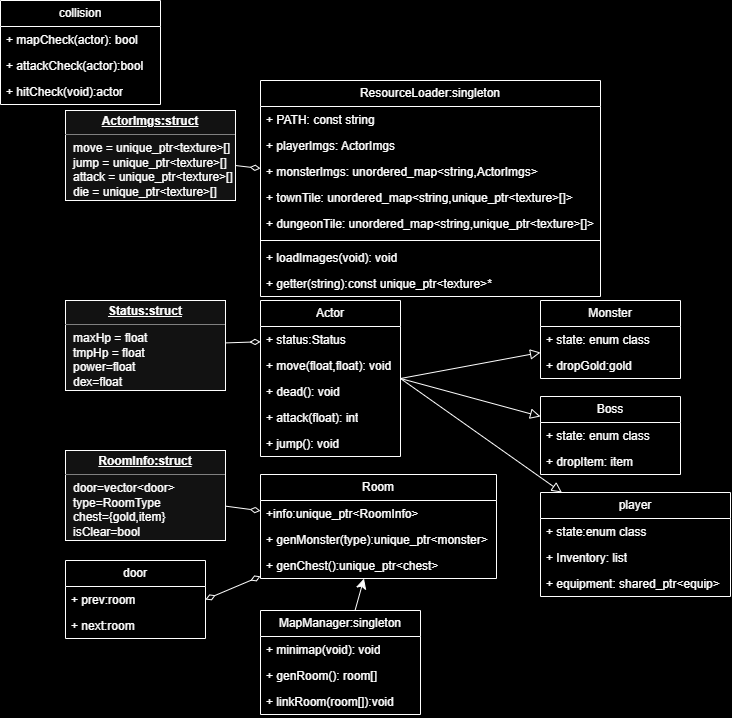
Before: class.png, a diagram exported from draw.io (SeoHwiDo/Dungreed_SFML). Source tidied: cells renumbered, new cells last; positions are measured from the earlier drawing's top-left corner, leaving out a move shared by most shapes.
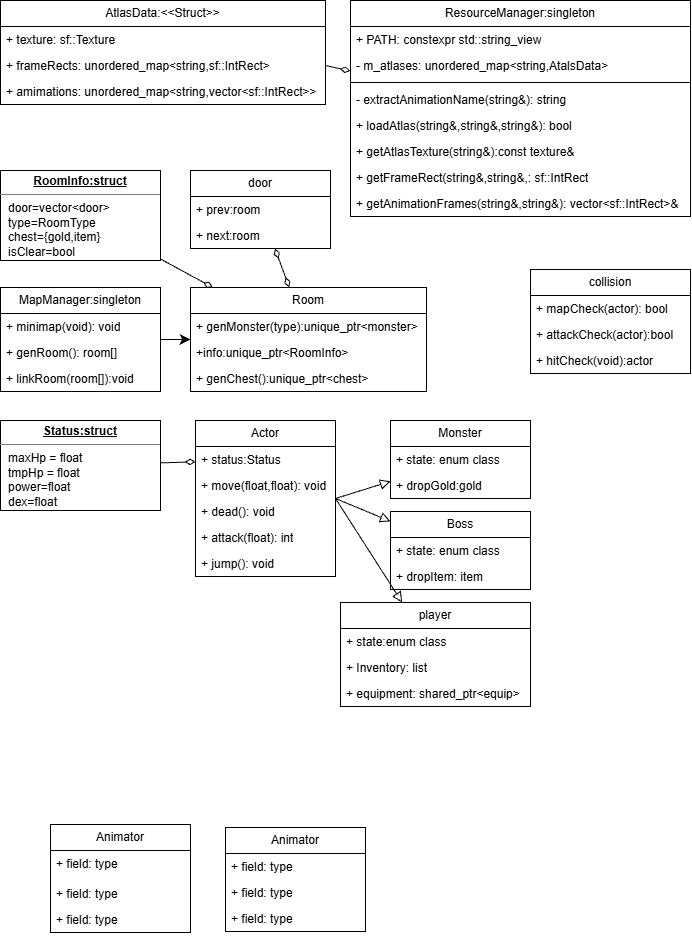
The same diagram one commit later.

What changed in the source:
```diff
@@ -1,40 +1,37 @@
-<mxGraphModel background="light-dark(#FFFFFF,#000000)">
+<mxGraphModel background="light-dark(#ffffff, #121212)">
   <root>
     <mxCell id="0" />
     <mxCell id="1" parent="0" />
-    <mxCell id="2" value="ResourceLoader:singleton" style="swimlane;fontStyle=0;horizontal=1;startSize=26;fillColor=none;whiteSpace=wrap;html=1;" parent="1" vertex="1">
-      <mxGeometry x="260" y="80" width="340" height="216" as="geometry" />
-    </mxCell>
-    <mxCell id="3" value="+ PATH: const string&amp;nbsp;" style="text;strokeColor=none;fillColor=none;align=left;verticalAlign=top;spacingLeft=4;spacingRight=4;overflow=hidden;whiteSpace=wrap;html=1;" parent="2" vertex="1">
-      <mxGeometry y="26" width="340" height="26" as="geometry" />
-    </mxCell>
-    <mxCell id="4" value="+ playerImgs: ActorImgs" style="text;strokeColor=none;fillColor=none;align=left;verticalAlign=top;spacingLeft=4;spacingRight=4;overflow=hidden;whiteSpace=wrap;html=1;" parent="2" vertex="1">
-      <mxGeometry y="52" width="340" height="26" as="geometry" />
-    </mxCell>
-    <mxCell id="5" value="+ monsterImgs: unordered_map&amp;lt;string,ActorImgs&amp;gt;" style="text;strokeColor=none;fillColor=none;align=left;verticalAlign=top;spacingLeft=4;spacingRight=4;overflow=hidden;whiteSpace=wrap;html=1;" parent="2" vertex="1">
-      <mxGeometry y="78" width="340" height="26" as="geometry" />
-    </mxCell>
-    <mxCell id="6" value="+ townTile: unordered_map&amp;lt;string,unique_ptr&amp;lt;texture&amp;gt;[]&amp;gt;&lt;div&gt;&lt;br&gt;&lt;/div&gt;" style="text;strokeColor=none;fillColor=none;align=left;verticalAlign=top;spacingLeft=4;spacingRight=4;overflow=hidden;whiteSpace=wrap;html=1;" parent="2" vertex="1">
-      <mxGeometry y="104" width="340" height="26" as="geometry" />
-    </mxCell>
-    <mxCell id="7" value="+ dungeonTile: unordered_map&amp;lt;string,unique_ptr&amp;lt;texture&amp;gt;[]&amp;gt;" style="text;strokeColor=none;fillColor=none;align=left;verticalAlign=top;spacingLeft=4;spacingRight=4;overflow=hidden;whiteSpace=wrap;html=1;" parent="2" vertex="1">
-      <mxGeometry y="130" width="340" height="26" as="geometry" />
-    </mxCell>
-    <mxCell id="8" style="line;strokeWidth=1;fillColor=none;align=left;verticalAlign=middle;spacingTop=-1;spacingLeft=3;spacingRight=3;labelPosition=right;strokeColor=inherit;" parent="2" vertex="1">
-      <mxGeometry y="156" width="340" height="8" as="geometry" />
-    </mxCell>
-    <mxCell id="9" value="+ loadImages(void): void" style="text;strokeColor=none;fillColor=none;align=left;verticalAlign=top;spacingLeft=4;spacingRight=4;overflow=hidden;whiteSpace=wrap;html=1;" parent="2" vertex="1">
-      <mxGeometry y="164" width="340" height="26" as="geometry" />
-    </mxCell>
-    <mxCell id="10" value="+ getter(string):const unique_ptr&amp;lt;texture&amp;gt;*" style="text;strokeColor=none;fillColor=none;align=left;verticalAlign=top;spacingLeft=4;spacingRight=4;overflow=hidden;whiteSpace=wrap;html=1;" parent="2" vertex="1">
-      <mxGeometry y="190" width="340" height="26" as="geometry" />
-    </mxCell>
-    <mxCell id="11" style="edgeStyle=none;curved=1;rounded=0;jettySize=auto;html=1;fontSize=12;startSize=8;endSize=8;endArrow=diamondThin;endFill=0;" parent="1" edge="1" source="12" target="2">
-      <mxGeometry relative="1" as="geometry" />
-    </mxCell>
-    <mxCell id="12" value="&lt;p style=&quot;margin:0px;margin-top:4px;text-align:center;text-decoration:underline;&quot;&gt;&lt;b&gt;ActorImgs:struct&lt;/b&gt;&lt;/p&gt;&lt;hr size=&quot;1&quot; style=&quot;border-style:solid;&quot;&gt;&lt;p style=&quot;margin:0px;margin-left:8px;&quot;&gt;move = unique_ptr&amp;lt;texture&amp;gt;[]&lt;/p&gt;&lt;p style=&quot;margin:0px;margin-left:8px;&quot;&gt;jump =&amp;nbsp;&lt;span style=&quot;background-color: transparent; color: light-dark(rgb(0, 0, 0), rgb(255, 255, 255));&quot;&gt;unique_ptr&amp;lt;texture&amp;gt;[]&lt;/span&gt;&lt;/p&gt;&lt;p style=&quot;margin:0px;margin-left:8px;&quot;&gt;attack = unique_ptr&amp;lt;texture&amp;gt;[]&lt;br&gt;die =&amp;nbsp;&lt;span style=&quot;background-color: transparent; color: light-dark(rgb(0, 0, 0), rgb(255, 255, 255));&quot;&gt;unique_ptr&amp;lt;texture&amp;gt;[]&lt;/span&gt;&lt;/p&gt;" style="verticalAlign=top;align=left;overflow=fill;html=1;whiteSpace=wrap;" parent="1" vertex="1">
-      <mxGeometry x="65" y="110" width="170" height="90" as="geometry" />
-    </mxCell>
+    <mxCell id="53" value="ResourceManager:singleton" style="swimlane;fontStyle=0;horizontal=1;startSize=26;fillColor=none;whiteSpace=wrap;html=1;" parent="1" vertex="1">
+      <mxGeometry x="360" y="10" width="340" height="216" as="geometry" />
+    </mxCell>
+    <mxCell id="54" value="+ PATH:&amp;nbsp;constexpr std::string_view&lt;div&gt;&lt;br&gt;&lt;/div&gt;" style="text;strokeColor=none;fillColor=none;align=left;verticalAlign=top;spacingLeft=4;spacingRight=4;overflow=hidden;whiteSpace=wrap;html=1;" parent="53" vertex="1">
+      <mxGeometry y="26" width="340" height="26" as="geometry" />
+    </mxCell>
+    <mxCell id="55" value="- m_atlases: unordered_map&amp;lt;string,AtalsData&amp;gt;" style="text;strokeColor=none;fillColor=none;align=left;verticalAlign=top;spacingLeft=4;spacingRight=4;overflow=hidden;whiteSpace=wrap;html=1;" parent="53" vertex="1">
+      <mxGeometry y="52" width="340" height="26" as="geometry" />
+    </mxCell>
+    <mxCell id="56" style="line;strokeWidth=1;fillColor=none;align=left;verticalAlign=middle;spacingTop=-1;spacingLeft=3;spacingRight=3;labelPosition=right;strokeColor=inherit;" parent="53" vertex="1">
+      <mxGeometry y="78" width="340" height="8" as="geometry" />
+    </mxCell>
+    <mxCell id="57" value="- extractAnimationName(string&amp;amp;): string" style="text;strokeColor=none;fillColor=none;align=left;verticalAlign=top;spacingLeft=4;spacingRight=4;overflow=hidden;whiteSpace=wrap;html=1;" parent="53" vertex="1">
+      <mxGeometry y="86" width="340" height="26" as="geometry" />
+    </mxCell>
+    <mxCell id="58" value="+ loadAtlas(string&amp;amp;,string&amp;amp;,string&amp;amp;): bool" style="text;strokeColor=none;fillColor=none;align=left;verticalAlign=top;spacingLeft=4;spacingRight=4;overflow=hidden;whiteSpace=wrap;html=1;" parent="53" vertex="1">
+      <mxGeometry y="112" width="340" height="26" as="geometry" />
+    </mxCell>
+    <mxCell id="59" value="+ getAtlasTexture(string&amp;amp;):const texture&amp;amp;" style="text;strokeColor=none;fillColor=none;align=left;verticalAlign=top;spacingLeft=4;spacingRight=4;overflow=hidden;whiteSpace=wrap;html=1;" parent="53" vertex="1">
+      <mxGeometry y="138" width="340" height="26" as="geometry" />
+    </mxCell>
+    <mxCell id="60" value="+ getFrameRect(string&amp;amp;,string&amp;amp;,: sf::IntRect&lt;div&gt;&lt;br&gt;&lt;/div&gt;" style="text;strokeColor=none;fillColor=none;align=left;verticalAlign=top;spacingLeft=4;spacingRight=4;overflow=hidden;whiteSpace=wrap;html=1;" parent="53" vertex="1">
+      <mxGeometry y="164" width="340" height="26" as="geometry" />
+    </mxCell>
+    <mxCell id="61" value="+ getAnimationFrames(string&amp;amp;,string&amp;amp;): vector&amp;lt;sf::IntRect&amp;gt;&amp;amp;" style="text;strokeColor=none;fillColor=none;align=left;verticalAlign=top;spacingLeft=4;spacingRight=4;overflow=hidden;whiteSpace=wrap;html=1;" parent="53" vertex="1">
+      <mxGeometry y="190" width="340" height="26" as="geometry" />
+    </mxCell>
+    <mxCell id="62" style="edgeStyle=none;curved=1;rounded=0;jettySize=auto;html=1;fontSize=12;startSize=8;endSize=8;endArrow=diamondThin;endFill=0;exitX=1;exitY=0.5;exitDx=0;exitDy=0;" parent="1" edge="1" source="69" target="53">
+      <mxGeometry relative="1" as="geometry" />
+    </mxCell>
     <mxCell id="13" style="edgeStyle=none;curved=1;rounded=0;jettySize=auto;html=1;exitX=1;exitY=0.5;exitDx=0;exitDy=0;fontSize=12;startSize=8;endSize=8;endArrow=block;endFill=0;" parent="1" edge="1" source="16" target="27">
       <mxGeometry relative="1" as="geometry" />
     </mxCell>
@@ -45,7 +42,7 @@
       <mxGeometry relative="1" as="geometry" />
     </mxCell>
     <mxCell id="16" value="Actor" style="swimlane;fontStyle=0;horizontal=1;startSize=26;fillColor=none;whiteSpace=wrap;html=1;" parent="1" vertex="1">
-      <mxGeometry x="260" y="300" width="140" height="156" as="geometry" />
+      <mxGeometry x="205" y="430" width="140" height="156" as="geometry" />
     </mxCell>
     <mxCell id="17" value="+ status:Status" style="text;strokeColor=none;fillColor=none;align=left;verticalAlign=top;spacingLeft=4;spacingRight=4;overflow=hidden;points=[[0,0.5],[1,0.5]];portConstraint=eastwest;whiteSpace=wrap;html=1;" parent="16" vertex="1">
       <mxGeometry y="26" width="140" height="26" as="geometry" />
@@ -66,28 +63,28 @@
       <mxGeometry relative="1" as="geometry" />
     </mxCell>
     <mxCell id="23" value="&lt;p style=&quot;margin:0px;margin-top:4px;text-align:center;text-decoration:underline;&quot;&gt;&lt;b&gt;Status:struct&lt;/b&gt;&lt;/p&gt;&lt;hr size=&quot;1&quot; style=&quot;border-style:solid;&quot;&gt;&lt;p style=&quot;margin:0px;margin-left:8px;&quot;&gt;maxHp = float&lt;/p&gt;&lt;p style=&quot;margin:0px;margin-left:8px;&quot;&gt;tmpHp = float&lt;br&gt;power=float&lt;/p&gt;&lt;p style=&quot;margin:0px;margin-left:8px;&quot;&gt;dex=float&lt;/p&gt;" style="verticalAlign=top;align=left;overflow=fill;html=1;whiteSpace=wrap;" parent="1" vertex="1">
-      <mxGeometry x="65" y="300" width="160" height="90" as="geometry" />
+      <mxGeometry x="10" y="430" width="160" height="90" as="geometry" />
     </mxCell>
     <mxCell id="24" value="Monster" style="swimlane;fontStyle=0;horizontal=1;startSize=26;fillColor=none;whiteSpace=wrap;html=1;" parent="1" vertex="1">
-      <mxGeometry x="540" y="300" width="140" height="78" as="geometry" />
+      <mxGeometry x="400" y="430" width="140" height="78" as="geometry" />
     </mxCell>
-    <mxCell id="25" value="+ state: enum class" style="text;strokeColor=none;fillColor=none;align=left;verticalAlign=top;spacingLeft=4;spacingRight=4;overflow=hidden;whiteSpace=wrap;html=1;" parent="24" vertex="1">
-      <mxGeometry y="26" width="140" height="26" as="geometry" />
-    </mxCell>
+    <mxCell id="63" value="+ state: enum class" style="text;strokeColor=none;fillColor=none;align=left;verticalAlign=top;spacingLeft=4;spacingRight=4;overflow=hidden;whiteSpace=wrap;html=1;" parent="24" vertex="1">
+      <mxGeometry y="26" width="140" height="26" as="geometry" />
+    </mxCell>
     <mxCell id="26" value="+ dropGold:gold&amp;nbsp;" style="text;strokeColor=none;fillColor=none;align=left;verticalAlign=top;spacingLeft=4;spacingRight=4;overflow=hidden;whiteSpace=wrap;html=1;" parent="24" vertex="1">
       <mxGeometry y="52" width="140" height="26" as="geometry" />
     </mxCell>
     <mxCell id="27" value="Boss" style="swimlane;fontStyle=0;horizontal=1;startSize=26;fillColor=none;whiteSpace=wrap;html=1;" parent="1" vertex="1">
-      <mxGeometry x="540" y="396" width="140" height="78" as="geometry" />
+      <mxGeometry x="400" y="521" width="140" height="78" as="geometry" />
     </mxCell>
-    <mxCell id="28" value="+ state: enum class" style="text;strokeColor=none;fillColor=none;align=left;verticalAlign=top;spacingLeft=4;spacingRight=4;overflow=hidden;whiteSpace=wrap;html=1;" parent="27" vertex="1">
-      <mxGeometry y="26" width="140" height="26" as="geometry" />
-    </mxCell>
+    <mxCell id="64" value="+ state: enum class" style="text;strokeColor=none;fillColor=none;align=left;verticalAlign=top;spacingLeft=4;spacingRight=4;overflow=hidden;whiteSpace=wrap;html=1;" parent="27" vertex="1">
+      <mxGeometry y="26" width="140" height="26" as="geometry" />
+    </mxCell>
     <mxCell id="29" value="+ dropItem: item" style="text;strokeColor=none;fillColor=none;align=left;verticalAlign=top;spacingLeft=4;spacingRight=4;overflow=hidden;whiteSpace=wrap;html=1;" parent="27" vertex="1">
       <mxGeometry y="52" width="140" height="26" as="geometry" />
     </mxCell>
     <mxCell id="30" value="player" style="swimlane;fontStyle=0;horizontal=1;startSize=26;fillColor=none;whiteSpace=wrap;html=1;" parent="1" vertex="1">
-      <mxGeometry x="540" y="492" width="190" height="104" as="geometry" />
+      <mxGeometry x="350" y="612" width="190" height="104" as="geometry" />
     </mxCell>
     <mxCell id="31" value="+ state:enum class&lt;span style=&quot;white-space: pre;&quot;&gt;&#9;&lt;/span&gt;" style="text;strokeColor=none;fillColor=none;align=left;verticalAlign=top;spacingLeft=4;spacingRight=4;overflow=hidden;whiteSpace=wrap;html=1;" parent="30" vertex="1">
       <mxGeometry y="26" width="190" height="26" as="geometry" />
@@ -102,22 +99,22 @@
       <mxGeometry relative="1" as="geometry" />
     </mxCell>
     <mxCell id="35" value="&lt;p style=&quot;margin:0px;margin-top:4px;text-align:center;text-decoration:underline;&quot;&gt;&lt;b&gt;RoomInfo:struct&lt;/b&gt;&lt;/p&gt;&lt;hr size=&quot;1&quot; style=&quot;border-style:solid;&quot;&gt;&lt;p style=&quot;margin:0px;margin-left:8px;&quot;&gt;door=vector&amp;lt;door&amp;gt;&lt;/p&gt;&lt;p style=&quot;margin:0px;margin-left:8px;&quot;&gt;type=RoomType&lt;/p&gt;&lt;p style=&quot;margin:0px;margin-left:8px;&quot;&gt;chest={gold,item}&lt;/p&gt;&lt;p style=&quot;margin:0px;margin-left:8px;&quot;&gt;isClear=bool&lt;/p&gt;" style="verticalAlign=top;align=left;overflow=fill;html=1;whiteSpace=wrap;" parent="1" vertex="1">
-      <mxGeometry x="65" y="450" width="160" height="90" as="geometry" />
+      <mxGeometry x="10" y="180" width="160" height="90" as="geometry" />
     </mxCell>
     <mxCell id="36" value="Room" style="swimlane;fontStyle=0;horizontal=1;startSize=26;fillColor=none;whiteSpace=wrap;html=1;" parent="1" vertex="1">
-      <mxGeometry x="260" y="474" width="236" height="104" as="geometry" />
+      <mxGeometry x="200" y="297" width="236" height="104" as="geometry" />
     </mxCell>
+    <mxCell id="38" value="+ genMonster(type):unique_ptr&amp;lt;monster&amp;gt;" style="text;strokeColor=none;fillColor=none;align=left;verticalAlign=top;spacingLeft=4;spacingRight=4;overflow=hidden;whiteSpace=wrap;html=1;" parent="36" vertex="1">
+      <mxGeometry y="26" width="236" height="26" as="geometry" />
+    </mxCell>
     <mxCell id="37" value="+info:unique_ptr&amp;lt;RoomInfo&amp;gt;" style="text;strokeColor=none;fillColor=none;align=left;verticalAlign=top;spacingLeft=4;spacingRight=4;overflow=hidden;whiteSpace=wrap;html=1;" parent="36" vertex="1">
-      <mxGeometry y="26" width="236" height="26" as="geometry" />
+      <mxGeometry y="52" width="236" height="26" as="geometry" />
     </mxCell>
-    <mxCell id="38" value="+ genMonster(type):unique_ptr&amp;lt;monster&amp;gt;" style="text;strokeColor=none;fillColor=none;align=left;verticalAlign=top;spacingLeft=4;spacingRight=4;overflow=hidden;whiteSpace=wrap;html=1;" parent="36" vertex="1">
-      <mxGeometry y="52" width="236" height="26" as="geometry" />
-    </mxCell>
     <mxCell id="39" value="+ genChest():unique_ptr&amp;lt;chest&amp;gt;" style="text;strokeColor=none;fillColor=none;align=left;verticalAlign=top;spacingLeft=4;spacingRight=4;overflow=hidden;whiteSpace=wrap;html=1;" parent="36" vertex="1">
       <mxGeometry y="78" width="236" height="26" as="geometry" />
     </mxCell>
     <mxCell id="40" value="collision" style="swimlane;fontStyle=0;horizontal=1;startSize=26;fillColor=none;whiteSpace=wrap;html=1;" parent="1" vertex="1">
-      <mxGeometry width="160" height="104" as="geometry" />
+      <mxGeometry x="540" y="279" width="160" height="104" as="geometry" />
     </mxCell>
     <mxCell id="41" value="+ mapCheck(actor): bool" style="text;strokeColor=none;fillColor=none;align=left;verticalAlign=top;spacingLeft=4;spacingRight=4;overflow=hidden;whiteSpace=wrap;html=1;" parent="40" vertex="1">
       <mxGeometry y="26" width="160" height="26" as="geometry" />
@@ -129,8 +126,11 @@
       <mxGeometry y="78" width="160" height="26" as="geometry" />
     </mxCell>
     <mxCell id="44" value="door" style="swimlane;fontStyle=0;horizontal=1;startSize=26;fillColor=none;whiteSpace=wrap;html=1;" parent="1" vertex="1">
-      <mxGeometry x="65" y="560" width="140" height="78" as="geometry" />
+      <mxGeometry x="200" y="180" width="140" height="78" as="geometry" />
     </mxCell>
+    <mxCell id="65" style="edgeStyle=none;curved=1;rounded=0;jettySize=auto;html=1;exitX=1;exitY=0.5;exitDx=0;exitDy=0;fontSize=12;startSize=8;endSize=8;" parent="44" edge="1" source="45" target="44">
+      <mxGeometry relative="1" as="geometry" />
+    </mxCell>
     <mxCell id="45" value="+ prev:room&amp;nbsp;" style="text;strokeColor=none;fillColor=none;align=left;verticalAlign=top;spacingLeft=4;spacingRight=4;overflow=hidden;points=[[0,0.5],[1,0.5]];portConstraint=eastwest;whiteSpace=wrap;html=1;" parent="44" vertex="1">
       <mxGeometry y="26" width="140" height="26" as="geometry" />
     </mxCell>
@@ -141,7 +141,7 @@
       <mxGeometry relative="1" as="geometry" />
     </mxCell>
     <mxCell id="48" value="MapManager:singleton" style="swimlane;fontStyle=0;horizontal=1;startSize=26;fillColor=none;whiteSpace=wrap;html=1;" parent="1" vertex="1">
-      <mxGeometry x="260" y="610" width="160" height="104" as="geometry" />
+      <mxGeometry x="10" y="297" width="160" height="104" as="geometry" />
     </mxCell>
     <mxCell id="49" value="+ minimap(void): void" style="text;strokeColor=none;fillColor=none;align=left;verticalAlign=top;spacingLeft=4;spacingRight=4;overflow=hidden;whiteSpace=wrap;html=1;" parent="48" vertex="1">
       <mxGeometry y="26" width="160" height="26" as="geometry" />
@@ -152,8 +152,44 @@
     <mxCell id="51" value="+ linkRoom(room[]):void&amp;nbsp;" style="text;strokeColor=none;fillColor=none;align=left;verticalAlign=top;spacingLeft=4;spacingRight=4;overflow=hidden;whiteSpace=wrap;html=1;" parent="48" vertex="1">
       <mxGeometry y="78" width="160" height="26" as="geometry" />
     </mxCell>
-    <mxCell id="52" style="edgeStyle=none;curved=1;rounded=0;jettySize=auto;html=1;exitX=1;exitY=0.5;exitDx=0;exitDy=0;fontSize=12;startSize=8;endSize=8;endArrow=diamondThin;endFill=0;startArrow=diamondThin;startFill=0;" parent="1" edge="1" source="45" target="36">
-      <mxGeometry relative="1" as="geometry" />
-    </mxCell>
+    <mxCell id="66" style="edgeStyle=none;curved=1;rounded=0;jettySize=auto;html=1;fontSize=12;startSize=8;endSize=8;endArrow=diamondThin;endFill=0;startArrow=diamondThin;startFill=0;" parent="1" edge="1" source="44" target="36">
+      <mxGeometry relative="1" as="geometry" />
+    </mxCell>
+    <mxCell id="67" value="&lt;div&gt;&lt;span style=&quot;background-color: transparent; color: light-dark(rgb(0, 0, 0), rgb(255, 255, 255));&quot;&gt;AtlasData:&lt;/span&gt;&lt;span style=&quot;background-color: transparent; color: light-dark(rgb(0, 0, 0), rgb(255, 255, 255));&quot;&gt;&amp;lt;&amp;lt;Struct&amp;gt;&amp;gt;&lt;/span&gt;&lt;/div&gt;" style="swimlane;fontStyle=0;horizontal=1;startSize=26;fillColor=none;whiteSpace=wrap;html=1;" parent="1" vertex="1">
+      <mxGeometry x="10" y="10" width="325" height="104" as="geometry" />
+    </mxCell>
+    <mxCell id="68" value="+ texture: sf::Texture" style="text;strokeColor=none;fillColor=none;align=left;verticalAlign=top;spacingLeft=4;spacingRight=4;overflow=hidden;whiteSpace=wrap;html=1;" parent="67" vertex="1">
+      <mxGeometry y="26" width="325" height="26" as="geometry" />
+    </mxCell>
+    <mxCell id="69" value="+ frameRects: unordered_map&amp;lt;string,sf::IntRect&amp;gt;" style="text;strokeColor=none;fillColor=none;align=left;verticalAlign=top;spacingLeft=4;spacingRight=4;overflow=hidden;points=[[0,0.5],[1,0.5]];portConstraint=eastwest;whiteSpace=wrap;html=1;" parent="67" vertex="1">
+      <mxGeometry y="52" width="325" height="26" as="geometry" />
+    </mxCell>
+    <mxCell id="70" value="+ amimations: unordered_map&amp;lt;string,vector&amp;lt;sf::IntRect&amp;gt;&amp;gt;" style="text;strokeColor=none;fillColor=none;align=left;verticalAlign=top;spacingLeft=4;spacingRight=4;overflow=hidden;whiteSpace=wrap;html=1;" parent="67" vertex="1">
+      <mxGeometry y="78" width="325" height="26" as="geometry" />
+    </mxCell>
+    <mxCell id="71" value="Animator" style="swimlane;fontStyle=0;horizontal=1;startSize=26;fillColor=none;whiteSpace=wrap;html=1;" parent="1" vertex="1">
+      <mxGeometry x="235" y="837" width="140" height="104" as="geometry" />
+    </mxCell>
+    <mxCell id="72" value="+ field: type" style="text;strokeColor=none;fillColor=none;align=left;verticalAlign=top;spacingLeft=4;spacingRight=4;overflow=hidden;whiteSpace=wrap;html=1;" parent="71" vertex="1">
+      <mxGeometry y="26" width="140" height="26" as="geometry" />
+    </mxCell>
+    <mxCell id="73" value="+ field: type" style="text;strokeColor=none;fillColor=none;align=left;verticalAlign=top;spacingLeft=4;spacingRight=4;overflow=hidden;whiteSpace=wrap;html=1;" parent="71" vertex="1">
+      <mxGeometry y="52" width="140" height="26" as="geometry" />
+    </mxCell>
+    <mxCell id="74" value="+ field: type" style="text;strokeColor=none;fillColor=none;align=left;verticalAlign=top;spacingLeft=4;spacingRight=4;overflow=hidden;whiteSpace=wrap;html=1;" parent="71" vertex="1">
+      <mxGeometry y="78" width="140" height="26" as="geometry" />
+    </mxCell>
+    <mxCell id="75" value="Animator" style="swimlane;fontStyle=0;horizontal=1;startSize=26;fillColor=none;whiteSpace=wrap;html=1;" parent="1" vertex="1">
+      <mxGeometry x="60" y="834" width="140" height="108" as="geometry" />
+    </mxCell>
+    <mxCell id="76" value="+ field: type" style="text;strokeColor=none;fillColor=none;align=left;verticalAlign=top;spacingLeft=4;spacingRight=4;overflow=hidden;whiteSpace=wrap;html=1;" parent="75" vertex="1">
+      <mxGeometry y="26" width="140" height="30" as="geometry" />
+    </mxCell>
+    <mxCell id="77" value="+ field: type" style="text;strokeColor=none;fillColor=none;align=left;verticalAlign=top;spacingLeft=4;spacingRight=4;overflow=hidden;whiteSpace=wrap;html=1;" parent="75" vertex="1">
+      <mxGeometry y="56" width="140" height="26" as="geometry" />
+    </mxCell>
+    <mxCell id="78" value="+ field: type" style="text;strokeColor=none;fillColor=none;align=left;verticalAlign=top;spacingLeft=4;spacingRight=4;overflow=hidden;whiteSpace=wrap;html=1;" parent="75" vertex="1">
+      <mxGeometry y="82" width="140" height="26" as="geometry" />
+    </mxCell>
   </root>
 </mxGraphModel>
```
